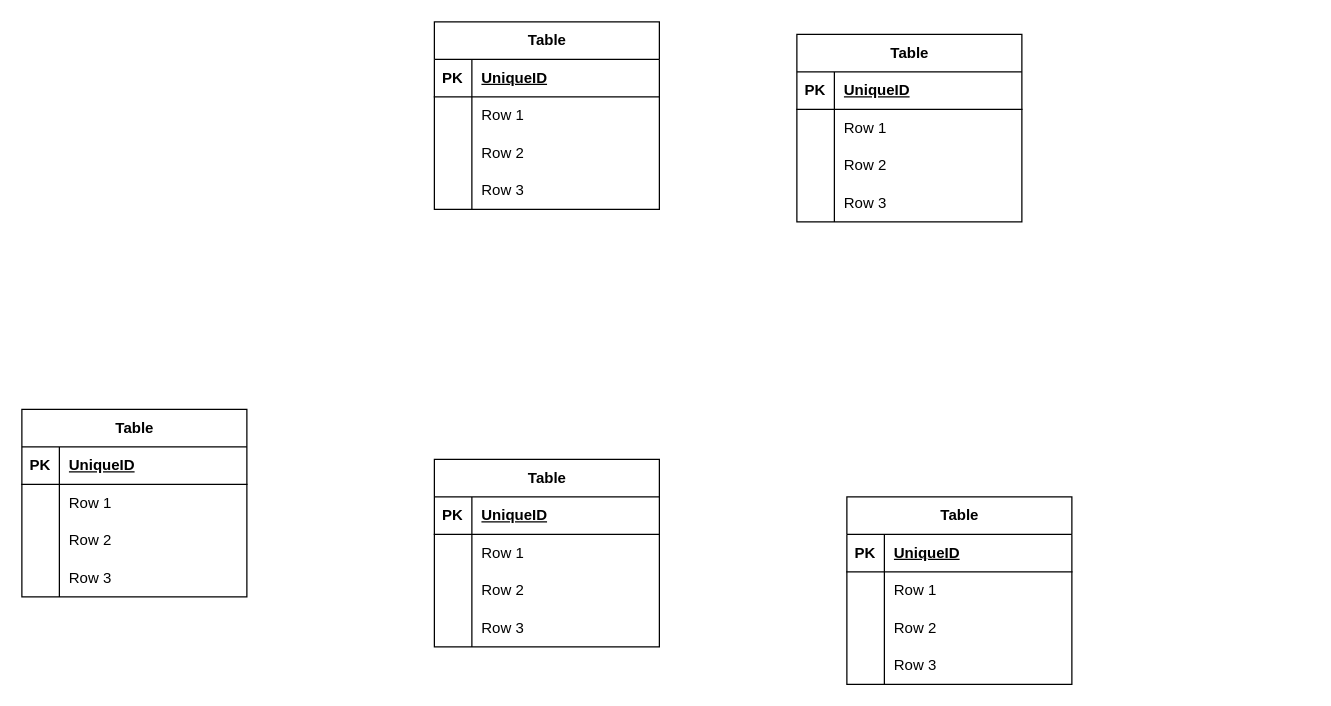
NayaRPL/78 keeps this draw.io diagram as Diagram Tanpa Judul.drawio. Above is the earlier version. Source tidied: cells renumbered, new cells numbered last; positions are measured from the earlier drawing's top-left corner, leaving out a move shared by most shapes. Both pictures are drawn from the tidied source at 125%, with x=0, y=0 at pixel (21, 21).
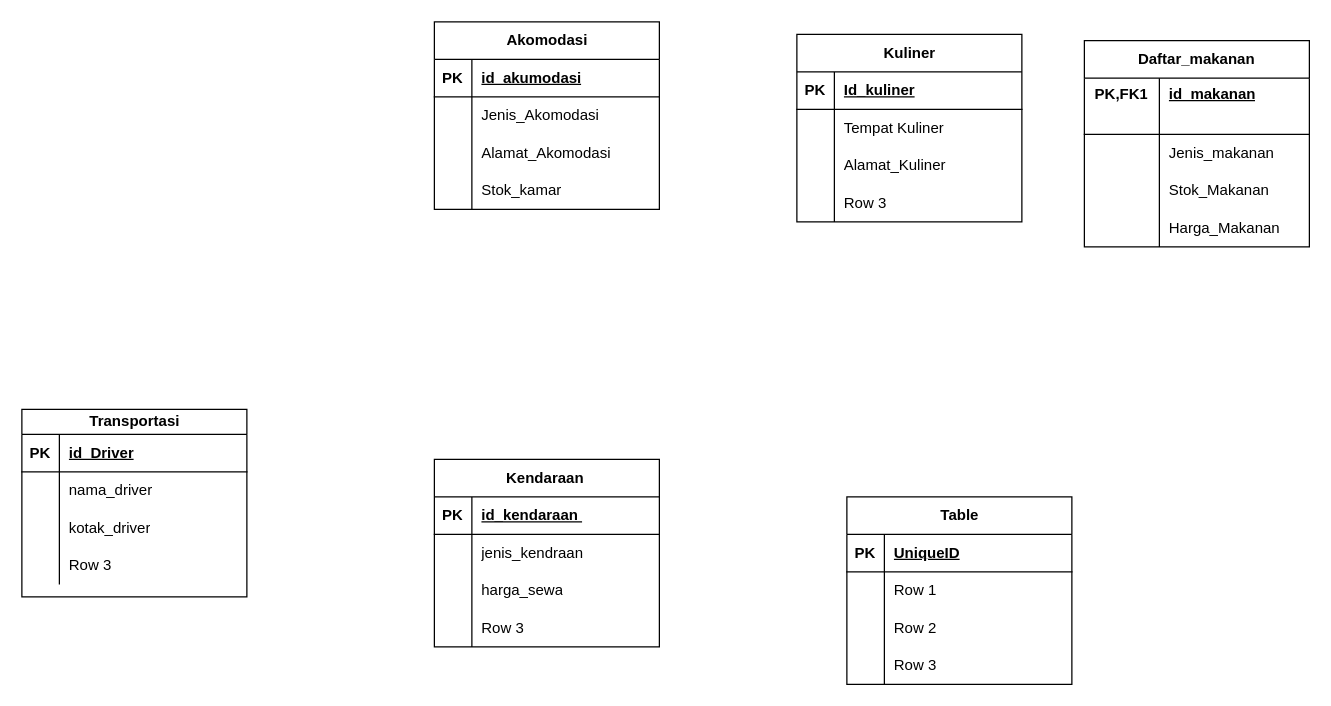
The same page after the edit.

The change refers to these unchanged cells:
```xml
<mxCell id="16" style="shape=tableRow;horizontal=0;startSize=0;swimlaneHead=0;swimlaneBody=0;fillColor=none;top=0;left=0;right=0;bottom=1;" parent="15" vertex="1">
  <mxGeometry y="30" width="180" height="30" as="geometry" />
</mxCell>
<mxCell id="19" style="shape=tableRow;horizontal=0;startSize=0;swimlaneHead=0;swimlaneBody=0;fillColor=none;top=0;left=0;right=0;bottom=0;" parent="15" vertex="1">
  <mxGeometry y="60" width="180" height="30" as="geometry" />
</mxCell>
<mxCell id="22" style="shape=tableRow;horizontal=0;startSize=0;swimlaneHead=0;swimlaneBody=0;fillColor=none;top=0;left=0;right=0;bottom=0;" parent="15" vertex="1">
  <mxGeometry y="90" width="180" height="30" as="geometry" />
</mxCell>
<mxCell id="29" style="shape=tableRow;horizontal=0;startSize=0;swimlaneHead=0;swimlaneBody=0;fillColor=none;top=0;left=0;right=0;bottom=1;" parent="28" vertex="1">
  <mxGeometry y="30" width="180" height="30" as="geometry" />
</mxCell>
<mxCell id="32" style="shape=tableRow;horizontal=0;startSize=0;swimlaneHead=0;swimlaneBody=0;fillColor=none;top=0;left=0;right=0;bottom=0;" parent="28" vertex="1">
  <mxGeometry y="60" width="180" height="30" as="geometry" />
</mxCell>
<mxCell id="35" style="shape=tableRow;horizontal=0;startSize=0;swimlaneHead=0;swimlaneBody=0;fillColor=none;top=0;left=0;right=0;bottom=0;" parent="28" vertex="1">
  <mxGeometry y="90" width="180" height="30" as="geometry" />
</mxCell>
<mxCell id="38" style="shape=tableRow;horizontal=0;startSize=0;swimlaneHead=0;swimlaneBody=0;fillColor=none;top=0;left=0;right=0;bottom=0;" parent="28" vertex="1">
  <mxGeometry y="120" width="180" height="30" as="geometry" />
</mxCell>
<mxCell id="42" style="shape=tableRow;horizontal=0;startSize=0;swimlaneHead=0;swimlaneBody=0;fillColor=none;top=0;left=0;right=0;bottom=1;" parent="41" vertex="1">
  <mxGeometry y="30" width="180" height="30" as="geometry" />
</mxCell>
<mxCell id="45" style="shape=tableRow;horizontal=0;startSize=0;swimlaneHead=0;swimlaneBody=0;fillColor=none;top=0;left=0;right=0;bottom=0;" parent="41" vertex="1">
  <mxGeometry y="60" width="180" height="30" as="geometry" />
</mxCell>
<mxCell id="48" style="shape=tableRow;horizontal=0;startSize=0;swimlaneHead=0;swimlaneBody=0;fillColor=none;top=0;left=0;right=0;bottom=0;" parent="41" vertex="1">
  <mxGeometry y="90" width="180" height="30" as="geometry" />
</mxCell>
```

What changed in the source:
```diff
@@
-    <mxCell id="2" value="Table" style="shape=table;startSize=30;childLayout=tableLayout;rowLines=0;fontStyle=1;align=center;html=1;" parent="1" vertex="1">
+    <mxCell id="2" value="Transportasi" style="shape=table;startSize=20;childLayout=tableLayout;rowLines=0;fontStyle=1;align=center;html=1;" parent="1" vertex="1">
       <mxGeometry y="310" width="180" height="150" as="geometry" />
     </mxCell>
     <mxCell id="3" style="shape=tableRow;horizontal=0;startSize=0;swimlaneHead=0;swimlaneBody=0;fillColor=none;top=0;left=0;right=0;bottom=1;" parent="2" vertex="1">
-      <mxGeometry y="30" width="180" height="30" as="geometry" />
+      <mxGeometry y="20" width="180" height="30" as="geometry" />
     </mxCell>
@@
-    <mxCell id="5" value="UniqueID" style="shape=partialRectangle;fillColor=none;top=0;left=0;bottom=0;right=0;align=left;spacingLeft=6;fontStyle=5;overflow=hidden;whiteSpace=wrap;html=1;" parent="3" vertex="1">
+    <mxCell id="5" value="id_Driver" style="shape=partialRectangle;fillColor=none;top=0;left=0;bottom=0;right=0;align=left;spacingLeft=6;fontStyle=5;overflow=hidden;whiteSpace=wrap;html=1;" parent="3" vertex="1">
       <mxGeometry x="30" width="150" height="30" as="geometry" />
     </mxCell>
     <mxCell id="6" style="shape=tableRow;horizontal=0;startSize=0;swimlaneHead=0;swimlaneBody=0;fillColor=none;top=0;left=0;right=0;bottom=0;" parent="2" vertex="1">
-      <mxGeometry y="60" width="180" height="30" as="geometry" />
+      <mxGeometry y="50" width="180" height="30" as="geometry" />
     </mxCell>
@@
-    <mxCell id="8" value="Row 1" style="shape=partialRectangle;fillColor=none;top=0;left=0;bottom=0;right=0;align=left;spacingLeft=6;overflow=hidden;whiteSpace=wrap;html=1;" parent="6" vertex="1">
+    <mxCell id="8" value="nama_driver" style="shape=partialRectangle;fillColor=none;top=0;left=0;bottom=0;right=0;align=left;spacingLeft=6;overflow=hidden;whiteSpace=wrap;html=1;" parent="6" vertex="1">
       <mxGeometry x="30" width="150" height="30" as="geometry" />
     </mxCell>
     <mxCell id="9" style="shape=tableRow;horizontal=0;startSize=0;swimlaneHead=0;swimlaneBody=0;fillColor=none;top=0;left=0;right=0;bottom=0;" parent="2" vertex="1">
-      <mxGeometry y="90" width="180" height="30" as="geometry" />
+      <mxGeometry y="80" width="180" height="30" as="geometry" />
     </mxCell>
@@
-    <mxCell id="11" value="Row 2" style="shape=partialRectangle;fillColor=none;top=0;left=0;bottom=0;right=0;align=left;spacingLeft=6;overflow=hidden;whiteSpace=wrap;html=1;" parent="9" vertex="1">
+    <mxCell id="11" value="kotak_driver" style="shape=partialRectangle;fillColor=none;top=0;left=0;bottom=0;right=0;align=left;spacingLeft=6;overflow=hidden;whiteSpace=wrap;html=1;" parent="9" vertex="1">
       <mxGeometry x="30" width="150" height="30" as="geometry" />
     </mxCell>
     <mxCell id="12" style="shape=tableRow;horizontal=0;startSize=0;swimlaneHead=0;swimlaneBody=0;fillColor=none;top=0;left=0;right=0;bottom=0;" parent="2" vertex="1">
-      <mxGeometry y="120" width="180" height="30" as="geometry" />
+      <mxGeometry y="110" width="180" height="30" as="geometry" />
     </mxCell>
@@
-    <mxCell id="15" value="Table" style="shape=table;startSize=30;childLayout=tableLayout;rowLines=0;fontStyle=1;align=center;html=1;" parent="1" vertex="1">
+    <mxCell id="15" value="Kendaraan&amp;nbsp;" style="shape=table;startSize=30;childLayout=tableLayout;rowLines=0;fontStyle=1;align=center;html=1;" parent="1" vertex="1">
       <mxGeometry x="330" y="350" width="180" height="150" as="geometry" />
     </mxCell>
@@
-    <mxCell id="18" value="UniqueID" style="shape=partialRectangle;fillColor=none;top=0;left=0;bottom=0;right=0;align=left;spacingLeft=6;fontStyle=5;overflow=hidden;whiteSpace=wrap;html=1;" parent="16" vertex="1">
+    <mxCell id="18" value="id_kendaraan&amp;nbsp;" style="shape=partialRectangle;fillColor=none;top=0;left=0;bottom=0;right=0;align=left;spacingLeft=6;fontStyle=5;overflow=hidden;whiteSpace=wrap;html=1;" parent="16" vertex="1">
       <mxGeometry x="30" width="150" height="30" as="geometry" />
     </mxCell>
@@
-    <mxCell id="21" value="Row 1" style="shape=partialRectangle;fillColor=none;top=0;left=0;bottom=0;right=0;align=left;spacingLeft=6;overflow=hidden;whiteSpace=wrap;html=1;" parent="19" vertex="1">
+    <mxCell id="21" value="jenis_kendraan&amp;nbsp;" style="shape=partialRectangle;fillColor=none;top=0;left=0;bottom=0;right=0;align=left;spacingLeft=6;overflow=hidden;whiteSpace=wrap;html=1;" parent="19" vertex="1">
       <mxGeometry x="30" width="150" height="30" as="geometry" />
     </mxCell>
@@
-    <mxCell id="24" value="Row 2" style="shape=partialRectangle;fillColor=none;top=0;left=0;bottom=0;right=0;align=left;spacingLeft=6;overflow=hidden;whiteSpace=wrap;html=1;" parent="22" vertex="1">
+    <mxCell id="24" value="harga_sewa" style="shape=partialRectangle;fillColor=none;top=0;left=0;bottom=0;right=0;align=left;spacingLeft=6;overflow=hidden;whiteSpace=wrap;html=1;" parent="22" vertex="1">
       <mxGeometry x="30" width="150" height="30" as="geometry" />
     </mxCell>
@@
-    <mxCell id="28" value="Table" style="shape=table;startSize=30;childLayout=tableLayout;rowLines=0;fontStyle=1;align=center;html=1;" parent="1" vertex="1">
+    <mxCell id="28" value="Akomodasi" style="shape=table;startSize=30;childLayout=tableLayout;rowLines=0;fontStyle=1;align=center;html=1;" parent="1" vertex="1">
       <mxGeometry x="330" width="180" height="150" as="geometry" />
     </mxCell>
@@
-    <mxCell id="31" value="UniqueID" style="shape=partialRectangle;fillColor=none;top=0;left=0;bottom=0;right=0;align=left;spacingLeft=6;fontStyle=5;overflow=hidden;whiteSpace=wrap;html=1;" parent="29" vertex="1">
+    <mxCell id="31" value="id_akumodasi" style="shape=partialRectangle;fillColor=none;top=0;left=0;bottom=0;right=0;align=left;spacingLeft=6;fontStyle=5;overflow=hidden;whiteSpace=wrap;html=1;" parent="29" vertex="1">
       <mxGeometry x="30" width="150" height="30" as="geometry" />
     </mxCell>
@@
-    <mxCell id="34" value="Row 1" style="shape=partialRectangle;fillColor=none;top=0;left=0;bottom=0;right=0;align=left;spacingLeft=6;overflow=hidden;whiteSpace=wrap;html=1;" parent="32" vertex="1">
+    <mxCell id="34" value="Jenis_Akomodasi" style="shape=partialRectangle;fillColor=none;top=0;left=0;bottom=0;right=0;align=left;spacingLeft=6;overflow=hidden;whiteSpace=wrap;html=1;" parent="32" vertex="1">
       <mxGeometry x="30" width="150" height="30" as="geometry" />
     </mxCell>
@@
-    <mxCell id="37" value="Row 2" style="shape=partialRectangle;fillColor=none;top=0;left=0;bottom=0;right=0;align=left;spacingLeft=6;overflow=hidden;whiteSpace=wrap;html=1;" parent="35" vertex="1">
+    <mxCell id="37" value="Alamat_Akomodasi" style="shape=partialRectangle;fillColor=none;top=0;left=0;bottom=0;right=0;align=left;spacingLeft=6;overflow=hidden;whiteSpace=wrap;html=1;" parent="35" vertex="1">
       <mxGeometry x="30" width="150" height="30" as="geometry" />
     </mxCell>
@@
-    <mxCell id="40" value="Row 3" style="shape=partialRectangle;fillColor=none;top=0;left=0;bottom=0;right=0;align=left;spacingLeft=6;overflow=hidden;whiteSpace=wrap;html=1;" parent="38" vertex="1">
+    <mxCell id="40" value="Stok_kamar" style="shape=partialRectangle;fillColor=none;top=0;left=0;bottom=0;right=0;align=left;spacingLeft=6;overflow=hidden;whiteSpace=wrap;html=1;" parent="38" vertex="1">
       <mxGeometry x="30" width="150" height="30" as="geometry" />
     </mxCell>
-    <mxCell id="41" value="Table" style="shape=table;startSize=30;childLayout=tableLayout;rowLines=0;fontStyle=1;align=center;html=1;" parent="1" vertex="1">
+    <mxCell id="41" value="Kuliner" style="shape=table;startSize=30;childLayout=tableLayout;rowLines=0;fontStyle=1;align=center;html=1;" parent="1" vertex="1">
       <mxGeometry x="620" y="10" width="180" height="150" as="geometry" />
     </mxCell>
@@
-    <mxCell id="44" value="UniqueID" style="shape=partialRectangle;fillColor=none;top=0;left=0;bottom=0;right=0;align=left;spacingLeft=6;fontStyle=5;overflow=hidden;whiteSpace=wrap;html=1;" parent="42" vertex="1">
+    <mxCell id="44" value="Id_kuliner" style="shape=partialRectangle;fillColor=none;top=0;left=0;bottom=0;right=0;align=left;spacingLeft=6;fontStyle=5;overflow=hidden;whiteSpace=wrap;html=1;" parent="42" vertex="1">
       <mxGeometry x="30" width="150" height="30" as="geometry" />
     </mxCell>
@@
-    <mxCell id="47" value="Row 1" style="shape=partialRectangle;fillColor=none;top=0;left=0;bottom=0;right=0;align=left;spacingLeft=6;overflow=hidden;whiteSpace=wrap;html=1;" parent="45" vertex="1">
+    <mxCell id="47" value="Tempat Kuliner" style="shape=partialRectangle;fillColor=none;top=0;left=0;bottom=0;right=0;align=left;spacingLeft=6;overflow=hidden;whiteSpace=wrap;html=1;" parent="45" vertex="1">
       <mxGeometry x="30" width="150" height="30" as="geometry" />
     </mxCell>
@@
-    <mxCell id="50" value="Row 2" style="shape=partialRectangle;fillColor=none;top=0;left=0;bottom=0;right=0;align=left;spacingLeft=6;overflow=hidden;whiteSpace=wrap;html=1;" parent="48" vertex="1">
+    <mxCell id="50" value="Alamat_Kuliner&amp;nbsp;" style="shape=partialRectangle;fillColor=none;top=0;left=0;bottom=0;right=0;align=left;spacingLeft=6;overflow=hidden;whiteSpace=wrap;html=1;" parent="48" vertex="1">
       <mxGeometry x="30" width="150" height="30" as="geometry" />
     </mxCell>
@@
+    <mxCell id="67" value="Daftar_makanan" style="shape=table;startSize=30;childLayout=tableLayout;rowLines=0;fontStyle=1;align=center;html=1;whiteSpace=wrap;" parent="1" vertex="1">
+      <mxGeometry x="850" y="15" width="180" height="165" as="geometry" />
+    </mxCell>
+    <mxCell id="68" style="shape=tableRow;horizontal=0;startSize=0;swimlaneHead=0;swimlaneBody=0;fillColor=none;top=0;left=0;right=0;bottom=0;html=1;" parent="67" vertex="1">
+      <mxGeometry y="30" width="180" height="25" as="geometry" />
+    </mxCell>
+    <mxCell id="69" value="PK,FK1" style="shape=partialRectangle;fillColor=none;top=0;left=0;bottom=0;right=0;fontStyle=1;overflow=hidden;html=1;whiteSpace=wrap;" parent="68" vertex="1">
+      <mxGeometry width="60" height="25" as="geometry" />
+    </mxCell>
+    <mxCell id="70" value="id_makanan" style="shape=partialRectangle;fillColor=none;top=0;left=0;bottom=0;right=0;align=left;spacingLeft=6;fontStyle=5;overflow=hidden;html=1;whiteSpace=wrap;" parent="68" vertex="1">
+      <mxGeometry x="60" width="120" height="25" as="geometry" />
+    </mxCell>
+    <mxCell id="71" style="shape=tableRow;horizontal=0;startSize=0;swimlaneHead=0;swimlaneBody=0;fillColor=none;top=0;left=0;right=0;bottom=1;html=1;" parent="67" vertex="1">
+      <mxGeometry y="55" width="180" height="20" as="geometry" />
+    </mxCell>
+    <mxCell id="72" style="shape=partialRectangle;fillColor=none;top=0;left=0;bottom=0;right=0;fontStyle=1;overflow=hidden;html=1;whiteSpace=wrap;" parent="71" vertex="1">
+      <mxGeometry width="60" height="20" as="geometry" />
+    </mxCell>
+    <mxCell id="73" style="shape=partialRectangle;fillColor=none;top=0;left=0;bottom=0;right=0;align=left;spacingLeft=6;fontStyle=5;overflow=hidden;html=1;whiteSpace=wrap;" parent="71" vertex="1">
+      <mxGeometry x="60" width="120" height="20" as="geometry" />
+    </mxCell>
+    <mxCell id="74" style="shape=tableRow;horizontal=0;startSize=0;swimlaneHead=0;swimlaneBody=0;fillColor=none;top=0;left=0;right=0;bottom=0;html=1;" parent="67" vertex="1">
+      <mxGeometry y="75" width="180" height="30" as="geometry" />
+    </mxCell>
+    <mxCell id="75" style="shape=partialRectangle;fillColor=none;top=0;left=0;bottom=0;right=0;overflow=hidden;html=1;whiteSpace=wrap;" parent="74" vertex="1">
+      <mxGeometry width="60" height="30" as="geometry" />
+    </mxCell>
+    <mxCell id="76" value="Jenis_makanan" style="shape=partialRectangle;fillColor=none;top=0;left=0;bottom=0;right=0;align=left;spacingLeft=6;overflow=hidden;html=1;whiteSpace=wrap;" parent="74" vertex="1">
+      <mxGeometry x="60" width="120" height="30" as="geometry" />
+    </mxCell>
+    <mxCell id="77" style="shape=tableRow;horizontal=0;startSize=0;swimlaneHead=0;swimlaneBody=0;fillColor=none;top=0;left=0;right=0;bottom=0;html=1;" parent="67" vertex="1">
+      <mxGeometry y="105" width="180" height="30" as="geometry" />
+    </mxCell>
+    <mxCell id="78" style="shape=partialRectangle;fillColor=none;top=0;left=0;bottom=0;right=0;overflow=hidden;html=1;whiteSpace=wrap;" parent="77" vertex="1">
+      <mxGeometry width="60" height="30" as="geometry" />
+    </mxCell>
+    <mxCell id="79" value="Stok_Makanan" style="shape=partialRectangle;fillColor=none;top=0;left=0;bottom=0;right=0;align=left;spacingLeft=6;overflow=hidden;html=1;whiteSpace=wrap;" parent="77" vertex="1">
+      <mxGeometry x="60" width="120" height="30" as="geometry" />
+    </mxCell>
+    <mxCell id="80" style="shape=tableRow;horizontal=0;startSize=0;swimlaneHead=0;swimlaneBody=0;fillColor=none;top=0;left=0;right=0;bottom=0;html=1;" parent="67" vertex="1">
+      <mxGeometry y="135" width="180" height="30" as="geometry" />
+    </mxCell>
+    <mxCell id="81" style="shape=partialRectangle;fillColor=none;top=0;left=0;bottom=0;right=0;overflow=hidden;html=1;whiteSpace=wrap;" parent="80" vertex="1">
+      <mxGeometry width="60" height="30" as="geometry" />
+    </mxCell>
+    <mxCell id="82" value="Harga_Makanan" style="shape=partialRectangle;fillColor=none;top=0;left=0;bottom=0;right=0;align=left;spacingLeft=6;overflow=hidden;html=1;whiteSpace=wrap;" parent="80" vertex="1">
+      <mxGeometry x="60" width="120" height="30" as="geometry" />
+    </mxCell>
```
